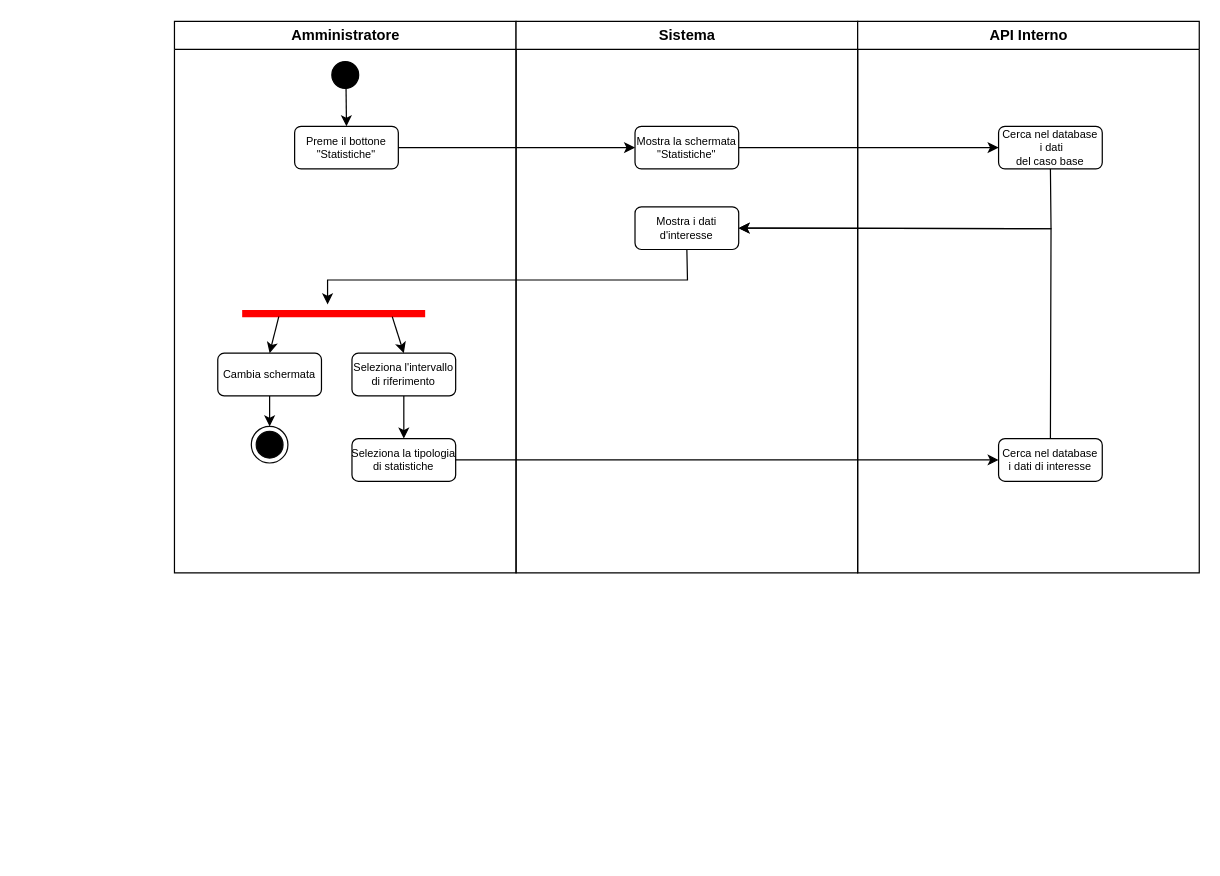
Earlier version of the draw.io diagram Documentazione/Activity Diagram/drawio/Activity Diagram - Visualizza Statistiche.drawio (vittorioruggiero/Progetto-IngSw). Source tidied: cells renumbered, new cells numbered last; positions are measured from the earlier drawing's top-left corner, leaving out a move shared by most shapes. Both pictures are drawn from the tidied source at 122%, with x=0, y=0 at pixel (173, 21).
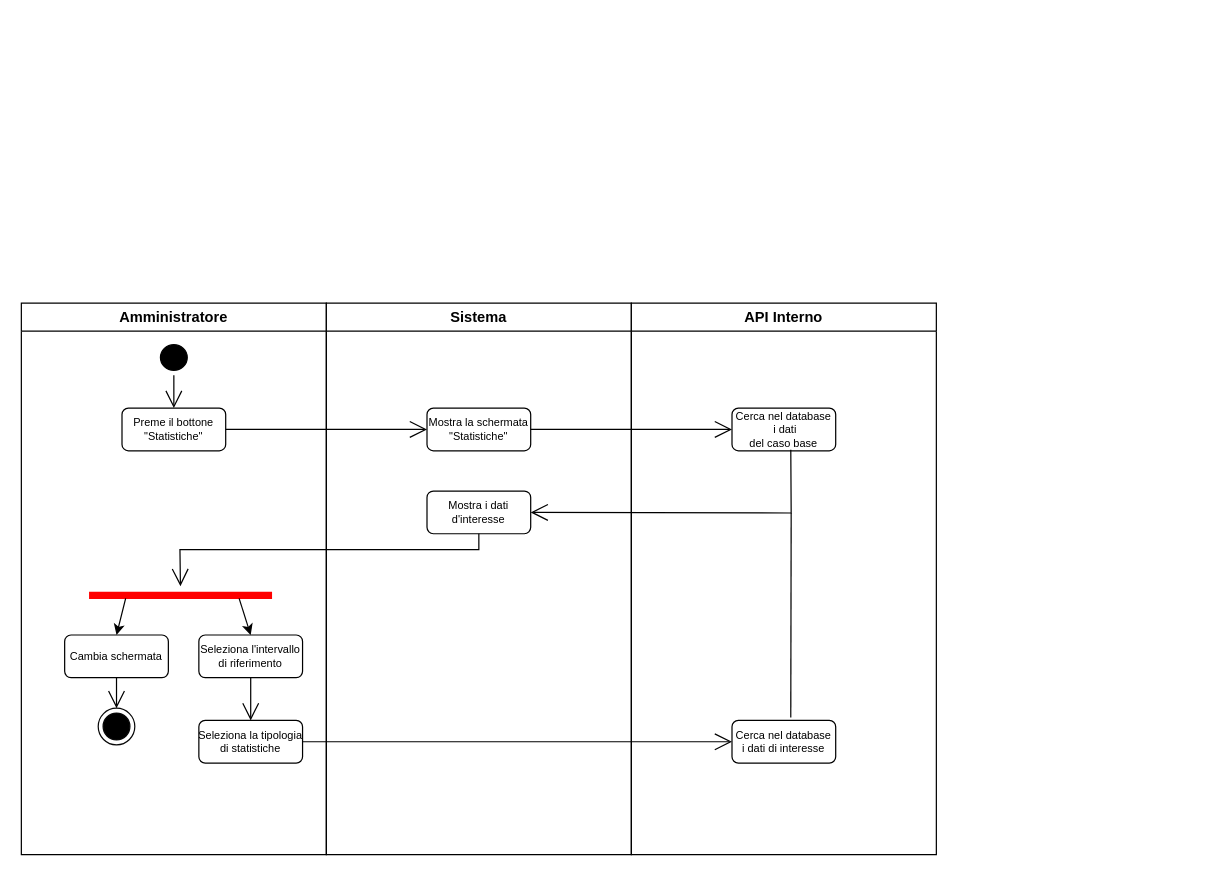
The same page after the edit.

Unchanged cells that the change refers to:
```xml
<mxCell id="5" value="Seleziona l'intervallo&#10;di riferimento" style="strokeColor=#000000;fontSize=9;rounded=1;" parent="2" vertex="1">
  <mxGeometry x="145.5" y="272" width="85" height="35" as="geometry" />
</mxCell>
<mxCell id="6" value="Seleziona la tipologia&#10;di statistiche" style="strokeColor=#000000;fontSize=9;rounded=1;" parent="2" vertex="1">
  <mxGeometry x="145.5" y="342" width="85" height="35" as="geometry" />
</mxCell>
<mxCell id="8" value="Cambia schermata" style="strokeColor=#000000;fontSize=9;rounded=1;" parent="2" vertex="1">
  <mxGeometry x="35.5" y="272" width="85" height="35" as="geometry" />
</mxCell>
<mxCell id="9" style="ellipse;shape=endState;fillColor=#000000;strokeColor=#080808;" parent="2" vertex="1">
  <mxGeometry x="63" y="332" width="30" height="30" as="geometry" />
</mxCell>
<mxCell id="10" style="shape=line;strokeWidth=6;strokeColor=#ff0000;rotation=0;" parent="2" vertex="1">
  <mxGeometry x="55.5" y="232" width="150" height="15" as="geometry" />
</mxCell>
```

What changed in the source:
```diff
@@
     <mxCell id="2" value="Amministratore" style="swimlane;whiteSpace=wrap;" parent="1" vertex="1">
-      <mxGeometry x="0.5" width="280" height="452" as="geometry" />
+      <mxGeometry x="-125" y="231" width="250" height="452" as="geometry" />
     </mxCell>
     <mxCell id="3" style="ellipse;shape=startState;fillColor=#000000;strokeColor=#000000;" parent="2" vertex="1">
-      <mxGeometry x="125" y="29" width="30" height="30" as="geometry" />
+      <mxGeometry x="110" y="30" width="30" height="29" as="geometry" />
     </mxCell>
     <mxCell id="4" value="Preme il bottone &#10;&quot;Statistiche&quot;" style="strokeColor=#000000;fontSize=9;rounded=1;" parent="2" vertex="1">
-      <mxGeometry x="98.5" y="86" width="85" height="35" as="geometry" />
+      <mxGeometry x="82.5" y="86" width="85" height="35" as="geometry" />
     </mxCell>
@@
-    <mxCell id="7" style="endArrow=classic;html=1;rounded=0;exitX=0.5;exitY=1;exitDx=0;exitDy=0;entryX=0.5;entryY=0;entryDx=0;entryDy=0;" parent="2" edge="1" source="5" target="6">
-      <mxGeometry relative="1" as="geometry" />
-    </mxCell>
@@
-    <mxCell id="11" style="endArrow=classic;html=1;rounded=0;exitX=0.5;exitY=1;exitDx=0;exitDy=0;entryX=0.5;entryY=0;entryDx=0;entryDy=0;" parent="2" edge="1" source="8" target="9">
-      <mxGeometry relative="1" as="geometry" />
-    </mxCell>
@@
+    <mxCell id="27" style="endArrow=open;endFill=1;endSize=12;html=1;rounded=0;exitX=0.5;exitY=1;exitDx=0;exitDy=0;entryX=0.5;entryY=0;entryDx=0;entryDy=0;" parent="2" edge="1" source="3" target="4">
+      <mxGeometry relative="1" as="geometry" />
+    </mxCell>
+    <mxCell id="7" style="endArrow=open;endFill=1;endSize=12;html=1;rounded=0;exitX=0.5;exitY=1;exitDx=0;exitDy=0;entryX=0.5;entryY=0;entryDx=0;entryDy=0;" parent="2" edge="1" source="5" target="6">
+      <mxGeometry relative="1" as="geometry" />
+    </mxCell>
+    <mxCell id="11" style="endArrow=open;endFill=1;endSize=12;html=1;rounded=0;exitX=0.5;exitY=1;exitDx=0;exitDy=0;entryX=0.5;entryY=0;entryDx=0;entryDy=0;" parent="2" edge="1" source="8" target="9">
+      <mxGeometry relative="1" as="geometry" />
+    </mxCell>
     <mxCell id="14" value="Sistema" style="swimlane;whiteSpace=wrap;" parent="1" vertex="1">
-      <mxGeometry x="280.5" width="280" height="452" as="geometry" />
+      <mxGeometry x="125" y="231" width="250" height="452" as="geometry" />
     </mxCell>
     <mxCell id="15" value="Mostra la schermata&#10;&quot;Statistiche&quot;" style="strokeColor=#000000;fontSize=9;rounded=1;" parent="14" vertex="1">
-      <mxGeometry x="97.5" y="86" width="85" height="35" as="geometry" />
+      <mxGeometry x="82.5" y="86" width="85" height="35" as="geometry" />
     </mxCell>
     <mxCell id="16" value="Mostra i dati&#10;d'interesse" style="strokeColor=#000000;fontSize=9;rounded=1;" parent="14" vertex="1">
-      <mxGeometry x="97.5" y="152" width="85" height="35" as="geometry" />
+      <mxGeometry x="82.5" y="154" width="85" height="35" as="geometry" />
     </mxCell>
     <mxCell id="17" value="API Interno" style="swimlane;whiteSpace=wrap;" parent="1" vertex="1">
-      <mxGeometry x="560.5" width="280" height="452" as="geometry" />
+      <mxGeometry x="375" y="231" width="250" height="452" as="geometry" />
     </mxCell>
     <mxCell id="18" value="Cerca nel database&#10;i dati di interesse" style="strokeColor=#000000;fontSize=9;rounded=1;" parent="17" vertex="1">
-      <mxGeometry x="115.5" y="342" width="85" height="35" as="geometry" />
+      <mxGeometry x="82.5" y="342" width="85" height="35" as="geometry" />
     </mxCell>
     <mxCell id="19" value="Cerca nel database&#10; i dati&#10;del caso base" style="strokeColor=#000000;fontSize=9;rounded=1;" parent="17" vertex="1">
-      <mxGeometry x="115.5" y="86" width="85" height="35" as="geometry" />
+      <mxGeometry x="82.5" y="86" width="85" height="35" as="geometry" />
     </mxCell>
+    <mxCell id="25" style="endArrow=open;endFill=1;endSize=12;html=1;rounded=0;exitX=1;exitY=0.5;exitDx=0;exitDy=0;entryX=0;entryY=0.5;entryDx=0;entryDy=0;" parent="1" edge="1" source="15" target="19">
+      <mxGeometry relative="1" as="geometry" />
+    </mxCell>
+    <mxCell id="26" style="endArrow=open;endFill=1;endSize=12;html=1;rounded=0;exitX=0.567;exitY=0.978;exitDx=0;exitDy=0;exitPerimeter=0;entryX=1;entryY=0.5;entryDx=0;entryDy=0;" parent="1" edge="1" source="19" target="16">
+      <mxGeometry relative="1" as="geometry">
+        <Array as="points">
+          <mxPoint x="506" y="403" />
+        </Array>
+      </mxGeometry>
+    </mxCell>
+    <mxCell id="28" style="endArrow=none;html=1;rounded=0;entryX=0.567;entryY=-0.07;entryDx=0;entryDy=0;entryPerimeter=0;" parent="1" edge="1" target="18">
+      <mxGeometry relative="1" as="geometry">
+        <mxPoint x="506" y="403" as="sourcePoint" />
+      </mxGeometry>
+    </mxCell>
+    <mxCell id="29" style="endArrow=open;endFill=1;endSize=12;html=1;rounded=0;exitX=0.5;exitY=1;exitDx=0;exitDy=0;" parent="1" edge="1" source="16" target="10">
+      <mxGeometry relative="1" as="geometry">
+        <Array as="points">
+          <mxPoint x="250" y="433" />
+          <mxPoint x="5" y="433" />
+        </Array>
+      </mxGeometry>
+    </mxCell>
-    <mxCell id="20" style="endArrow=classic;html=1;rounded=0;exitX=1;exitY=0.5;exitDx=0;exitDy=0;entryX=0;entryY=0.5;entryDx=0;entryDy=0;" parent="1" edge="1" source="4" target="15">
+    <mxCell id="20" style="endArrow=open;endFill=1;endSize=12;html=1;rounded=0;exitX=1;exitY=0.5;exitDx=0;exitDy=0;entryX=0;entryY=0.5;entryDx=0;entryDy=0;" parent="1" edge="1" source="4" target="15">
       <mxGeometry relative="1" as="geometry" />
     </mxCell>
-    <mxCell id="21" style="endArrow=classic;html=1;rounded=0;exitX=1;exitY=0.5;exitDx=0;exitDy=0;entryX=0;entryY=0.5;entryDx=0;entryDy=0;" parent="1" edge="1" source="6" target="18">
+    <mxCell id="21" style="endArrow=open;endFill=1;endSize=12;html=1;rounded=0;exitX=1;exitY=0.5;exitDx=0;exitDy=0;entryX=0;entryY=0.5;entryDx=0;entryDy=0;" parent="1" edge="1" source="6" target="18">
       <mxGeometry relative="1" as="geometry" />
     </mxCell>
-    <mxCell id="22" style="endArrow=classic;html=1;rounded=0;entryX=1;entryY=0.5;entryDx=0;entryDy=0;exitX=0.5;exitY=0;exitDx=0;exitDy=0;" parent="1" edge="1" source="18" target="16">
-      <mxGeometry relative="1" as="geometry">
-        <Array as="points">
-          <mxPoint x="719" y="170" />
-        </Array>
-      </mxGeometry>
-    </mxCell>
-    <mxCell id="23" style="endArrow=classic;html=1;rounded=0;entryX=0.5;entryY=0;entryDx=0;entryDy=0;startArrow=none;exitX=0.75;exitY=0.5;exitDx=0;exitDy=0;exitPerimeter=0;" parent="1" edge="1" target="4">
-      <mxGeometry relative="1" as="geometry">
-        <mxPoint x="141" y="42" as="sourcePoint" />
-      </mxGeometry>
-    </mxCell>
-    <mxCell id="24" style="endArrow=classic;html=1;rounded=0;exitX=0.5;exitY=1;exitDx=0;exitDy=0;" parent="1" edge="1" source="16">
-      <mxGeometry relative="1" as="geometry">
-        <mxPoint x="126" y="232" as="targetPoint" />
-        <Array as="points">
-          <mxPoint x="421" y="212" />
-          <mxPoint x="126" y="212" />
-        </Array>
-      </mxGeometry>
-    </mxCell>
-    <mxCell id="25" style="endArrow=classic;html=1;rounded=0;exitX=1;exitY=0.5;exitDx=0;exitDy=0;entryX=0;entryY=0.5;entryDx=0;entryDy=0;" parent="1" edge="1" source="15" target="19">
-      <mxGeometry relative="1" as="geometry" />
-    </mxCell>
-    <mxCell id="26" style="endArrow=classic;html=1;rounded=0;entryX=1;entryY=0.5;entryDx=0;entryDy=0;exitX=0.5;exitY=1;exitDx=0;exitDy=0;" parent="1" edge="1" source="19" target="16">
-      <mxGeometry relative="1" as="geometry">
-        <Array as="points">
-          <mxPoint x="719" y="170" />
-        </Array>
-      </mxGeometry>
-    </mxCell>
```
